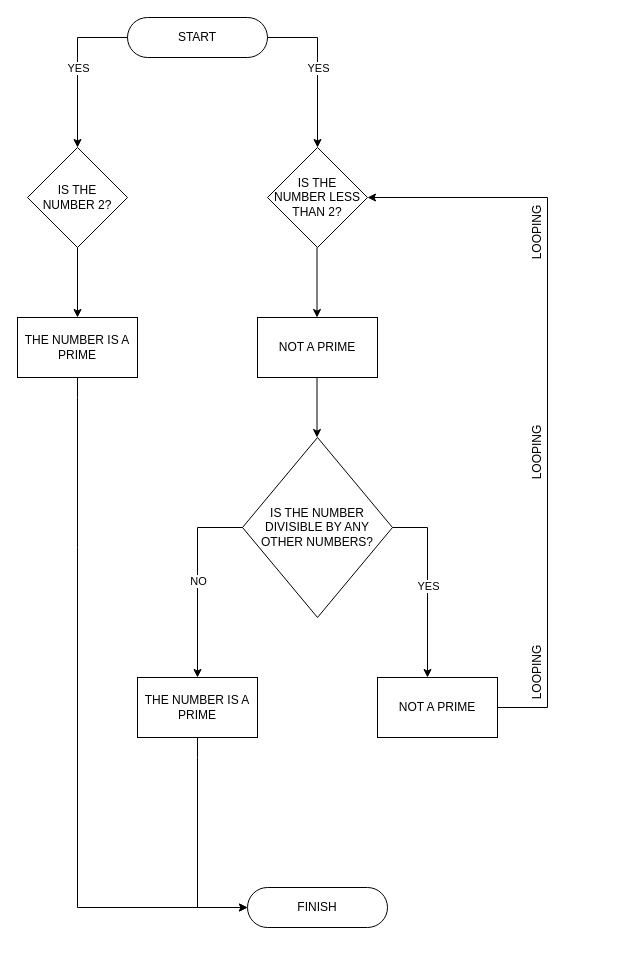
Before: Untitled Diagram.drawio in ALTA-FE17-Inas/Flowchart-Task-1, a draw.io diagram. Source tidied: cells renumbered, new cells numbered last; positions are measured from the earlier drawing's top-left corner, leaving out a move shared by most shapes. Both pictures are drawn from the tidied source at 100%, with x=0, y=0 at pixel (17, 17).
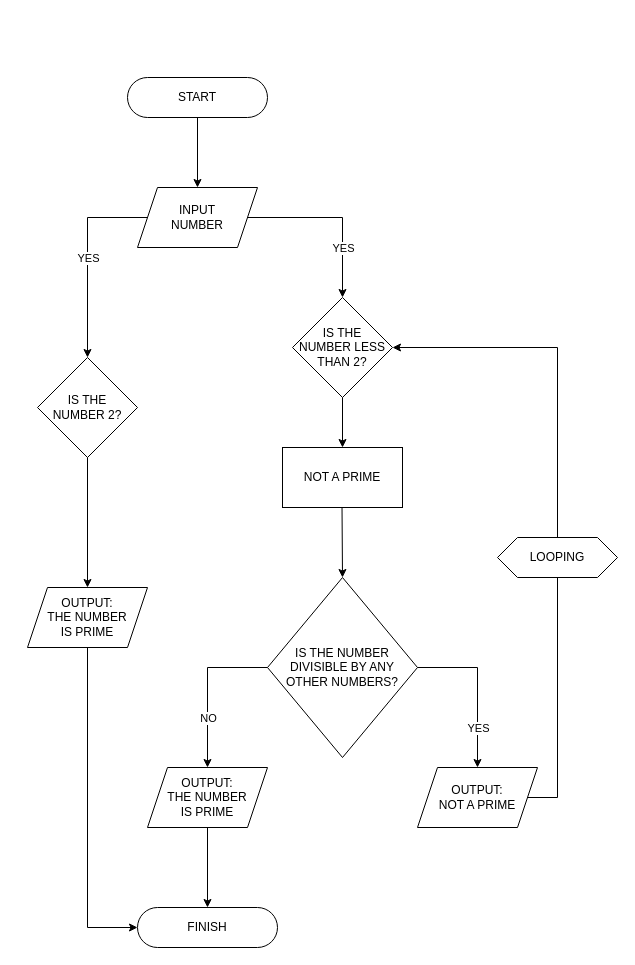
After the change.

Commit message:
Flowchart - Bilangan Keren

What changed in the source:
```diff
@@
+    <mxCell id="28" style="edgeStyle=orthogonalEdgeStyle;rounded=0;jettySize=auto;html=1;" parent="1" edge="1" source="2" target="30">
+      <mxGeometry relative="1" as="geometry" />
+    </mxCell>
     <mxCell id="2" value="START" style="rounded=1;whiteSpace=wrap;html=1;arcSize=50;" parent="1" vertex="1">
-      <mxGeometry x="110" width="140" height="40" as="geometry" />
+      <mxGeometry x="110" y="60" width="140" height="40" as="geometry" />
     </mxCell>
     <mxCell id="3" value="IS THE&lt;br&gt;NUMBER 2?" style="rhombus;whiteSpace=wrap;html=1;" parent="1" vertex="1">
-      <mxGeometry x="10" y="130" width="100" height="100" as="geometry" />
+      <mxGeometry x="20" y="340" width="100" height="100" as="geometry" />
     </mxCell>
     <mxCell id="4" value="IS THE&lt;br&gt;NUMBER LESS&lt;br&gt;THAN 2?" style="rhombus;whiteSpace=wrap;html=1;" parent="1" vertex="1">
-      <mxGeometry x="250" y="130" width="100" height="100" as="geometry" />
+      <mxGeometry x="275" y="280" width="100" height="100" as="geometry" />
     </mxCell>
-    <mxCell id="5" value="THE NUMBER IS A PRIME" style="rounded=0;whiteSpace=wrap;html=1;" parent="1" vertex="1">
-      <mxGeometry y="300" width="120" height="60" as="geometry" />
-    </mxCell>
     <mxCell id="6" value="NOT A PRIME" style="rounded=0;whiteSpace=wrap;html=1;" parent="1" vertex="1">
-      <mxGeometry x="240" y="300" width="120" height="60" as="geometry" />
+      <mxGeometry x="265" y="430" width="120" height="60" as="geometry" />
     </mxCell>
     <mxCell id="7" value="&lt;font style=&quot;font-size: 12px;&quot;&gt;IS THE NUMBER DIVISIBLE BY ANY OTHER NUMBERS?&lt;/font&gt;" style="rhombus;whiteSpace=wrap;html=1;" parent="1" vertex="1">
-      <mxGeometry x="225" y="420" width="150" height="180" as="geometry" />
+      <mxGeometry x="250" y="560" width="150" height="180" as="geometry" />
     </mxCell>
-    <mxCell id="8" value="THE NUMBER IS A PRIME" style="rounded=0;whiteSpace=wrap;html=1;" parent="1" vertex="1">
-      <mxGeometry x="120" y="660" width="120" height="60" as="geometry" />
-    </mxCell>
-    <mxCell id="9" value="NOT A PRIME" style="rounded=0;whiteSpace=wrap;html=1;" parent="1" vertex="1">
-      <mxGeometry x="360" y="660" width="120" height="60" as="geometry" />
-    </mxCell>
     <mxCell id="10" value="FINISH" style="rounded=1;whiteSpace=wrap;html=1;arcSize=50;" parent="1" vertex="1">
-      <mxGeometry x="230" y="870" width="140" height="40" as="geometry" />
+      <mxGeometry x="120" y="890" width="140" height="40" as="geometry" />
     </mxCell>
-    <mxCell id="11" style="endArrow=classic;html=1;rounded=0;exitX=0;exitY=0.5;exitDx=0;exitDy=0;entryX=0.5;entryY=0;entryDx=0;entryDy=0;" parent="1" edge="1" source="2" target="3">
+    <mxCell id="11" style="endArrow=classic;html=1;rounded=0;exitX=0;exitY=0.5;exitDx=0;exitDy=0;entryX=0.5;entryY=0;entryDx=0;entryDy=0;" parent="1" edge="1" source="30" target="3">
       <mxGeometry relative="1" as="geometry">
         <Array as="points">
-          <mxPoint x="60" y="20" />
+          <mxPoint x="70" y="200" />
         </Array>
       </mxGeometry>
     </mxCell>
@@
-    <mxCell id="13" style="endArrow=classic;html=1;rounded=0;exitX=1;exitY=0.5;exitDx=0;exitDy=0;entryX=0.5;entryY=0;entryDx=0;entryDy=0;" parent="1" edge="1" source="2">
+    <mxCell id="13" style="endArrow=classic;html=1;rounded=0;entryX=0.5;entryY=0;entryDx=0;entryDy=0;exitX=1;exitY=0.5;exitDx=0;exitDy=0;" parent="1" edge="1" source="30" target="4">
       <mxGeometry relative="1" as="geometry">
-        <mxPoint x="300" y="130" as="targetPoint" />
         <Array as="points">
-          <mxPoint x="300" y="20" />
+          <mxPoint x="325" y="200" />
         </Array>
       </mxGeometry>
     </mxCell>
     <mxCell id="14" value="YES" style="edgeLabel;html=1;align=center;verticalAlign=middle;" parent="13" vertex="1">
-      <mxGeometry relative="1" as="geometry" />
+      <mxGeometry relative="1" as="geometry">
+        <mxPoint x="7" y="30" as="offset" />
+      </mxGeometry>
     </mxCell>
-    <mxCell id="15" style="endArrow=classic;html=1;rounded=0;exitX=0.5;exitY=1;exitDx=0;exitDy=0;entryX=0.5;entryY=0;entryDx=0;entryDy=0;" parent="1" edge="1" source="3" target="5">
-      <mxGeometry relative="1" as="geometry" />
+    <mxCell id="15" style="endArrow=classic;html=1;rounded=0;exitX=0.5;exitY=1;exitDx=0;exitDy=0;entryX=0.5;entryY=0;entryDx=0;entryDy=0;" parent="1" edge="1" source="3">
+      <mxGeometry relative="1" as="geometry">
+        <mxPoint x="70" y="570" as="targetPoint" />
+      </mxGeometry>
     </mxCell>
-    <mxCell id="16" style="endArrow=classic;html=1;rounded=0;exitX=0.5;exitY=1;exitDx=0;exitDy=0;entryX=0.5;entryY=0;entryDx=0;entryDy=0;" parent="1" edge="1">
-      <mxGeometry relative="1" as="geometry">
-        <mxPoint x="299.5" y="230" as="sourcePoint" />
-        <mxPoint x="299.5" y="300" as="targetPoint" />
-      </mxGeometry>
+    <mxCell id="16" style="endArrow=classic;html=1;rounded=0;exitX=0.5;exitY=1;exitDx=0;exitDy=0;entryX=0.5;entryY=0;entryDx=0;entryDy=0;" parent="1" edge="1" source="4" target="6">
+      <mxGeometry relative="1" as="geometry" />
     </mxCell>
-    <mxCell id="17" style="endArrow=classic;html=1;rounded=0;entryX=0.5;entryY=0;entryDx=0;entryDy=0;exitX=0.496;exitY=1;exitDx=0;exitDy=0;exitPerimeter=0;" parent="1" edge="1" source="6">
-      <mxGeometry relative="1" as="geometry">
-        <mxPoint x="299.5" y="420" as="targetPoint" />
-      </mxGeometry>
+    <mxCell id="17" style="endArrow=classic;html=1;rounded=0;exitX=0.496;exitY=1;exitDx=0;exitDy=0;exitPerimeter=0;entryX=0.5;entryY=0;entryDx=0;entryDy=0;" parent="1" edge="1" source="6" target="7">
+      <mxGeometry relative="1" as="geometry" />
     </mxCell>
-    <mxCell id="18" style="endArrow=classic;html=1;rounded=0;exitX=0;exitY=0.5;exitDx=0;exitDy=0;entryX=0.5;entryY=0;entryDx=0;entryDy=0;" parent="1" edge="1" target="8">
+    <mxCell id="18" style="endArrow=classic;html=1;rounded=0;exitX=0;exitY=0.5;exitDx=0;exitDy=0;entryX=0.5;entryY=0;entryDx=0;entryDy=0;" parent="1" edge="1" source="7">
       <mxGeometry relative="1" as="geometry">
-        <mxPoint x="225" y="510" as="sourcePoint" />
+        <mxPoint x="190" y="750" as="targetPoint" />
         <Array as="points">
-          <mxPoint x="180" y="510" />
+          <mxPoint x="190" y="650" />
         </Array>
       </mxGeometry>
     </mxCell>
     <mxCell id="19" value="NO" style="edgeLabel;html=1;align=center;verticalAlign=middle;" parent="18" vertex="1">
-      <mxGeometry relative="1" as="geometry" />
+      <mxGeometry relative="1" as="geometry">
+        <mxPoint y="30" as="offset" />
+      </mxGeometry>
     </mxCell>
-    <mxCell id="20" style="endArrow=classic;html=1;rounded=0;entryX=0.5;entryY=0;entryDx=0;entryDy=0;exitX=1;exitY=0.5;exitDx=0;exitDy=0;" parent="1" edge="1" source="7">
+    <mxCell id="20" style="endArrow=classic;html=1;rounded=0;entryX=0.5;entryY=0;entryDx=0;entryDy=0;exitX=1;exitY=0.5;exitDx=0;exitDy=0;" parent="1" edge="1" source="7" target="33">
       <mxGeometry relative="1" as="geometry">
-        <mxPoint x="410" y="660" as="targetPoint" />
         <Array as="points">
-          <mxPoint x="410" y="510" />
+          <mxPoint x="460" y="650" />
         </Array>
       </mxGeometry>
     </mxCell>
     <mxCell id="21" value="YES" style="edgeLabel;html=1;align=center;verticalAlign=middle;" parent="20" vertex="1">
-      <mxGeometry relative="1" as="geometry" />
+      <mxGeometry relative="1" as="geometry">
+        <mxPoint y="40" as="offset" />
+      </mxGeometry>
     </mxCell>
-    <mxCell id="22" style="endArrow=classic;html=1;rounded=0;exitX=0.5;exitY=1;exitDx=0;exitDy=0;entryX=0;entryY=0.5;entryDx=0;entryDy=0;" parent="1" edge="1" source="8" target="10">
+    <mxCell id="22" style="endArrow=classic;html=1;rounded=0;exitX=0.5;exitY=1;exitDx=0;exitDy=0;entryX=0.5;entryY=0;entryDx=0;entryDy=0;" parent="1" edge="1" target="10">
       <mxGeometry relative="1" as="geometry">
-        <Array as="points">
-          <mxPoint x="180" y="740" />
-          <mxPoint x="180" y="890" />
-        </Array>
+        <mxPoint x="190" y="810" as="sourcePoint" />
       </mxGeometry>
     </mxCell>
-    <mxCell id="23" style="endArrow=classic;html=1;rounded=0;exitX=1;exitY=0.5;exitDx=0;exitDy=0;entryX=1;entryY=0.5;entryDx=0;entryDy=0;" parent="1" edge="1" source="9" target="4">
+    <mxCell id="23" style="endArrow=classic;html=1;rounded=0;exitX=1;exitY=0.5;exitDx=0;exitDy=0;entryX=1;entryY=0.5;entryDx=0;entryDy=0;" parent="1" edge="1" target="4">
       <mxGeometry relative="1" as="geometry">
+        <mxPoint x="510" y="780" as="sourcePoint" />
         <Array as="points">
-          <mxPoint x="530" y="690" />
-          <mxPoint x="530" y="180" />
+          <mxPoint x="540" y="780" />
+          <mxPoint x="540" y="330" />
         </Array>
       </mxGeometry>
     </mxCell>
-    <mxCell id="24" style="endArrow=classic;html=1;rounded=0;exitX=0.5;exitY=1;exitDx=0;exitDy=0;entryX=0;entryY=0.5;entryDx=0;entryDy=0;" parent="1" edge="1" target="10">
+    <mxCell id="24" style="endArrow=classic;html=1;rounded=0;entryX=0;entryY=0.5;entryDx=0;entryDy=0;" parent="1" edge="1" target="10">
       <mxGeometry relative="1" as="geometry">
-        <mxPoint x="60" y="360" as="sourcePoint" />
+        <mxPoint x="70" y="630" as="sourcePoint" />
         <Array as="points">
-          <mxPoint x="60" y="380" />
-          <mxPoint x="60" y="530" />
-          <mxPoint x="60" y="890" />
+          <mxPoint x="70" y="630" />
+          <mxPoint x="70" y="910" />
         </Array>
       </mxGeometry>
     </mxCell>
-    <mxCell id="25" value="LOOPING" style="text;html=1;strokeColor=none;fillColor=none;align=center;verticalAlign=middle;whiteSpace=wrap;rounded=0;rotation=-90;" parent="1" vertex="1">
-      <mxGeometry x="490" y="200" width="60" height="30" as="geometry" />
-    </mxCell>
-    <mxCell id="26" value="LOOPING" style="text;html=1;strokeColor=none;fillColor=none;align=center;verticalAlign=middle;whiteSpace=wrap;rounded=0;rotation=-90;" parent="1" vertex="1">
-      <mxGeometry x="490" y="420" width="60" height="30" as="geometry" />
-    </mxCell>
-    <mxCell id="27" value="LOOPING" style="text;html=1;strokeColor=none;fillColor=none;align=center;verticalAlign=middle;whiteSpace=wrap;rounded=0;rotation=-90;" parent="1" vertex="1">
-      <mxGeometry x="490" y="640" width="60" height="30" as="geometry" />
-    </mxCell>
+    <mxCell id="29" value="LOOPING" style="shape=hexagon;perimeter=hexagonPerimeter2;whiteSpace=wrap;html=1;fixedSize=1;" parent="1" vertex="1">
+      <mxGeometry x="480" y="520" width="120" height="40" as="geometry" />
+    </mxCell>
+    <mxCell id="30" value="INPUT&lt;br&gt;NUMBER" style="shape=parallelogram;perimeter=parallelogramPerimeter;whiteSpace=wrap;html=1;fixedSize=1;" parent="1" vertex="1">
+      <mxGeometry x="120" y="170" width="120" height="60" as="geometry" />
+    </mxCell>
+    <mxCell id="31" value="OUTPUT:&lt;br&gt;THE NUMBER&lt;br&gt;IS PRIME" style="shape=parallelogram;perimeter=parallelogramPerimeter;whiteSpace=wrap;html=1;fixedSize=1;" parent="1" vertex="1">
+      <mxGeometry x="130" y="750" width="120" height="60" as="geometry" />
+    </mxCell>
+    <mxCell id="32" value="OUTPUT:&lt;br&gt;THE NUMBER&lt;br&gt;IS PRIME" style="shape=parallelogram;perimeter=parallelogramPerimeter;whiteSpace=wrap;html=1;fixedSize=1;" parent="1" vertex="1">
+      <mxGeometry x="10" y="570" width="120" height="60" as="geometry" />
+    </mxCell>
+    <mxCell id="33" value="OUTPUT:&lt;br&gt;NOT A PRIME" style="shape=parallelogram;perimeter=parallelogramPerimeter;whiteSpace=wrap;html=1;fixedSize=1;" parent="1" vertex="1">
+      <mxGeometry x="400" y="750" width="120" height="60" as="geometry" />
+    </mxCell>
```
